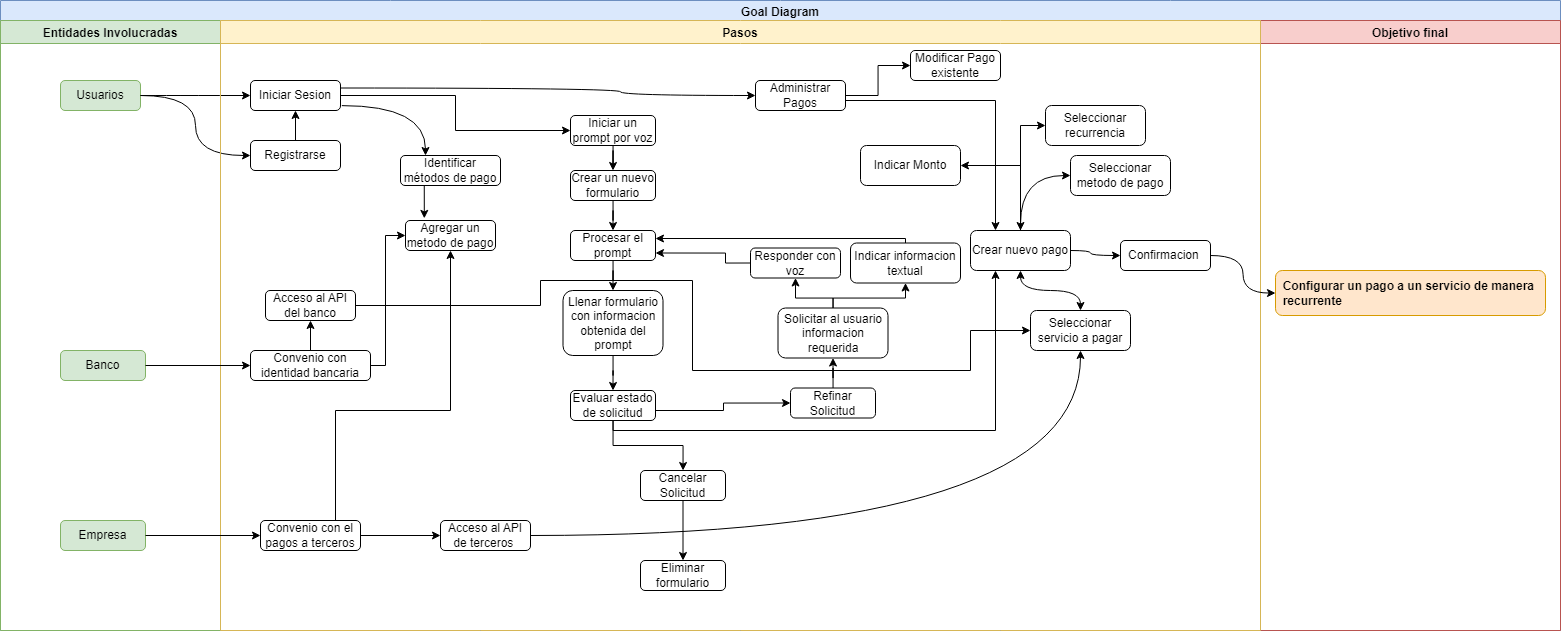
This is assets/Goal_Diagram.png from Kbaio/disenoCaso01, a draw.io export, as it was before one commit. Source tidied: cells renumbered, new cells last; positions are measured from the earlier drawing's top-left corner, leaving out a move shared by most shapes.
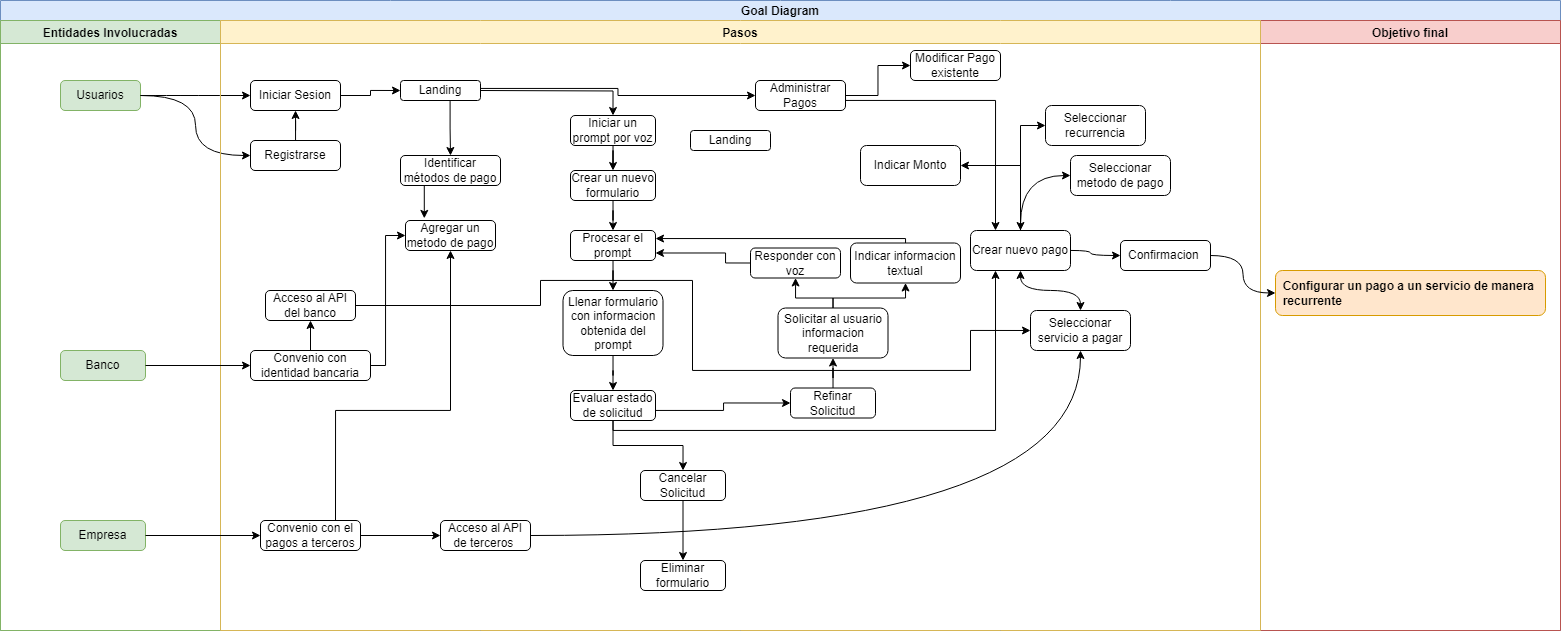
After the change.

Commit message:
Puntos mas valiosos y cambios en diagrama

The edit, as a diff of the source:
```diff
@@ -23,7 +23,7 @@
     <mxCell id="8" value="Empresa" style="rounded=1;whiteSpace=wrap;html=1;fillColor=#d5e8d4;strokeColor=#82b366;" parent="5" vertex="1">
       <mxGeometry x="60" y="500" width="85" height="30" as="geometry" />
     </mxCell>
-    <mxCell id="9" style="edgeStyle=orthogonalEdgeStyle;rounded=0;jettySize=auto;html=1;entryX=0;entryY=0.5;entryDx=0;entryDy=0;" parent="2" edge="1" source="10" target="32">
+    <mxCell id="9" style="edgeStyle=orthogonalEdgeStyle;rounded=0;jettySize=auto;html=1;entryX=0;entryY=0.5;entryDx=0;entryDy=0;" parent="2" edge="1" source="10" target="70">
       <mxGeometry relative="1" as="geometry" />
     </mxCell>
     <mxCell id="10" value="Iniciar Sesion" style="rounded=1;whiteSpace=wrap;html=1;" parent="2" vertex="1">
@@ -262,25 +262,31 @@
     <mxCell id="68" value="Indicar Monto" style="rounded=1;whiteSpace=wrap;html=1;" parent="15" vertex="1">
       <mxGeometry x="640" y="125" width="100" height="40" as="geometry" />
     </mxCell>
-    <mxCell id="69" style="edgeStyle=orthogonalEdgeStyle;rounded=0;jettySize=auto;html=1;curved=1;" parent="2" edge="1" source="30" target="4">
-      <mxGeometry relative="1" as="geometry" />
+    <mxCell id="69" value="Landing" style="rounded=1;whiteSpace=wrap;html=1;" parent="15" vertex="1">
+      <mxGeometry x="470" y="110" width="80" height="20" as="geometry" />
     </mxCell>
-    <mxCell id="70" style="edgeStyle=orthogonalEdgeStyle;rounded=0;jettySize=auto;html=1;entryX=0;entryY=0.5;entryDx=0;entryDy=0;" parent="2" edge="1" source="8" target="34">
-      <mxGeometry relative="1" as="geometry" />
+    <mxCell id="70" value="Landing" style="rounded=1;whiteSpace=wrap;html=1;" parent="15" vertex="1">
+      <mxGeometry x="180" y="60" width="80" height="20" as="geometry" />
     </mxCell>
-    <mxCell id="71" style="edgeStyle=orthogonalEdgeStyle;rounded=0;jettySize=auto;html=1;" parent="2" edge="1" source="7" target="36">
+    <mxCell id="71" style="edgeStyle=orthogonalEdgeStyle;rounded=0;jettySize=auto;html=1;entryX=0;entryY=0.5;entryDx=0;entryDy=0;exitX=1.006;exitY=0.397;exitDx=0;exitDy=0;exitPerimeter=0;" parent="15" edge="1" source="70" target="20">
       <mxGeometry relative="1" as="geometry" />
     </mxCell>
-    <mxCell id="72" style="edgeStyle=orthogonalEdgeStyle;rounded=0;jettySize=auto;html=1;entryX=0;entryY=0.5;entryDx=0;entryDy=0;curved=1;exitX=1;exitY=0.25;exitDx=0;exitDy=0;" parent="2" edge="1" source="10" target="20">
-      <mxGeometry relative="1" as="geometry">
-        <Array as="points">
-          <mxPoint x="620" y="88" />
-          <mxPoint x="620" y="95" />
-        </Array>
-      </mxGeometry>
+    <mxCell id="72" style="edgeStyle=orthogonalEdgeStyle;rounded=0;jettySize=auto;html=1;entryX=0.5;entryY=0;entryDx=0;entryDy=0;exitX=0.62;exitY=1.028;exitDx=0;exitDy=0;exitPerimeter=0;" parent="15" edge="1" source="70" target="43">
+      <mxGeometry relative="1" as="geometry" />
     </mxCell>
-    <mxCell id="73" style="edgeStyle=orthogonalEdgeStyle;rounded=0;jettySize=auto;html=1;entryX=0.25;entryY=0;entryDx=0;entryDy=0;curved=1;exitX=1.015;exitY=0.837;exitDx=0;exitDy=0;exitPerimeter=0;" parent="2" edge="1" source="10" target="43">
-      <mxGeometry relative="1" as="geometry" />
+    <mxCell id="73" style="edgeStyle=orthogonalEdgeStyle;rounded=0;jettySize=auto;html=1;entryX=0.5;entryY=0;entryDx=0;entryDy=0;" parent="15" edge="1" target="32">
+      <mxGeometry relative="1" as="geometry">
+        <mxPoint x="260" y="70" as="sourcePoint" />
+      </mxGeometry>
     </mxCell>
+    <mxCell id="74" style="edgeStyle=orthogonalEdgeStyle;rounded=0;jettySize=auto;html=1;curved=1;" parent="2" edge="1" source="30" target="4">
+      <mxGeometry relative="1" as="geometry" />
+    </mxCell>
+    <mxCell id="75" style="edgeStyle=orthogonalEdgeStyle;rounded=0;jettySize=auto;html=1;entryX=0;entryY=0.5;entryDx=0;entryDy=0;" parent="2" edge="1" source="8" target="34">
+      <mxGeometry relative="1" as="geometry" />
+    </mxCell>
+    <mxCell id="76" style="edgeStyle=orthogonalEdgeStyle;rounded=0;jettySize=auto;html=1;" parent="2" edge="1" source="7" target="36">
+      <mxGeometry relative="1" as="geometry" />
+    </mxCell>
   </root>
 </mxGraphModel>
```
